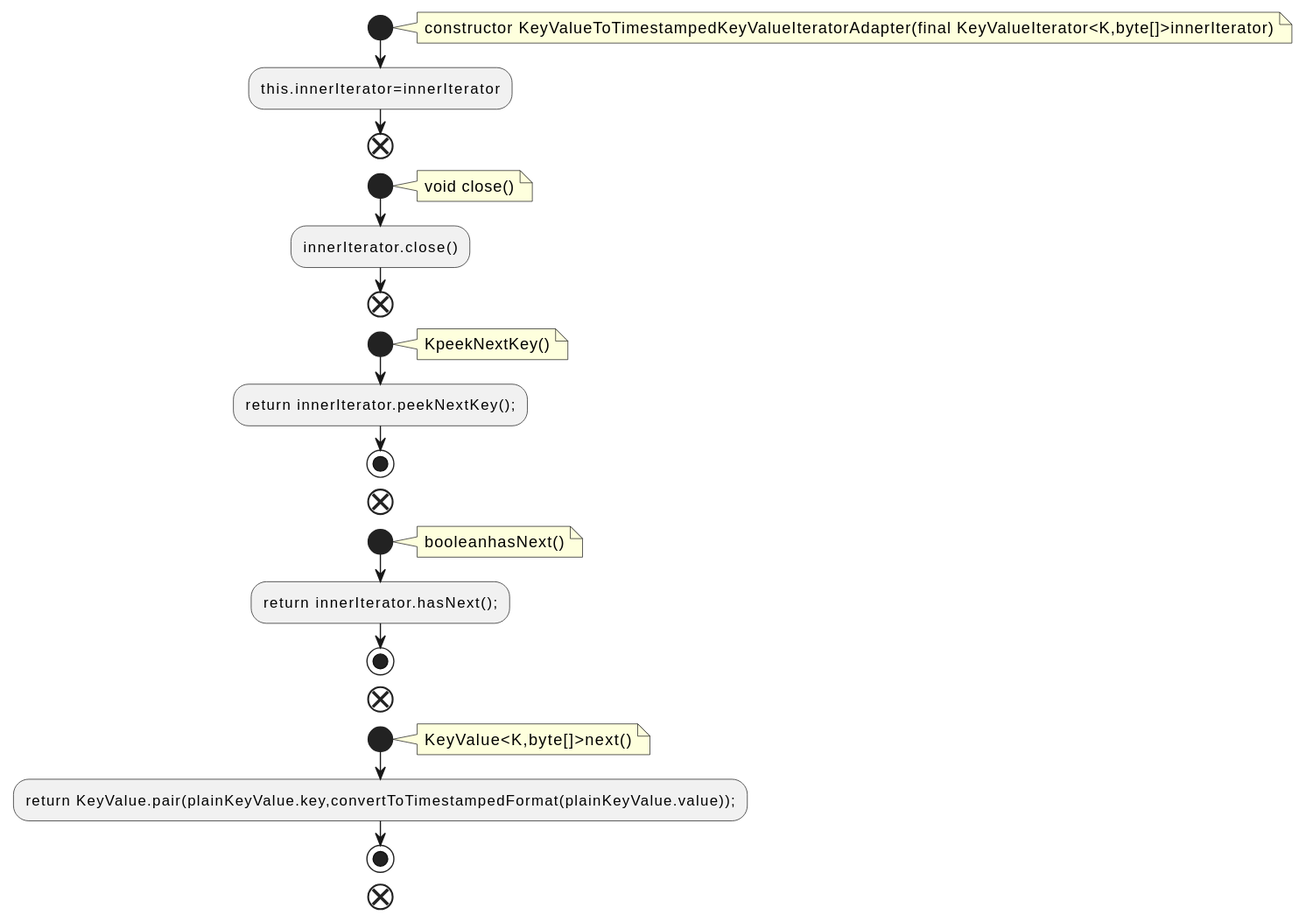
The PlantUML diagram docs/qc/streams/src/main/java/org/apache/kafka/streams/state/internals/KeyValueToTimestampedKeyValueIteratorAdapter.java.fct.svg in qualitesys/kafka, before a commit.
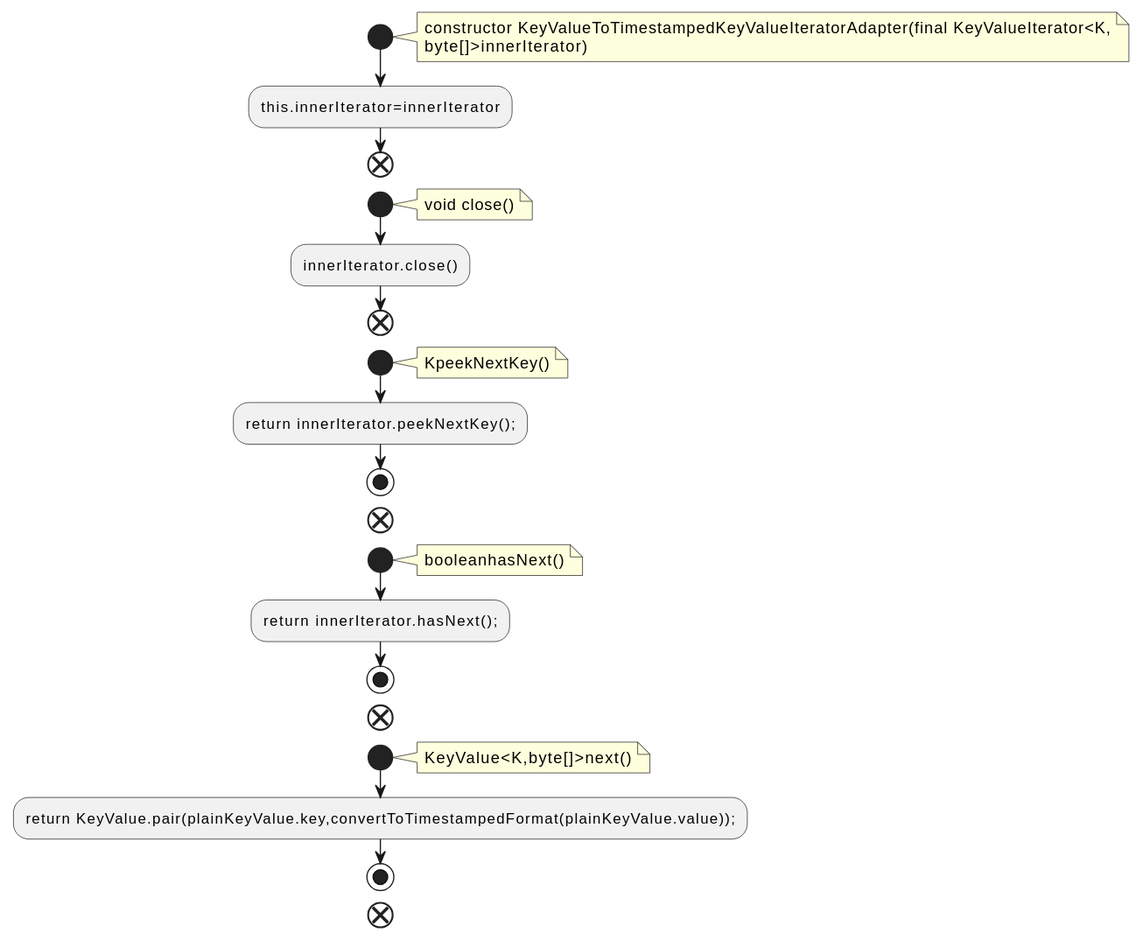
Later version of the same file.

The edit, as a diff of the source:
```diff
@@ -2,7 +2,8 @@
 !pragma layout smetana
 start
 note right
-constructor KeyValueToTimestampedKeyValueIteratorAdapter(final KeyValueIterator<K,byte[]>innerIterator)
+constructor KeyValueToTimestampedKeyValueIteratorAdapter(final KeyValueIterator<K,
+byte[]>innerIterator)
 end note
 :this.innerIterator=innerIterator;
 end
```
